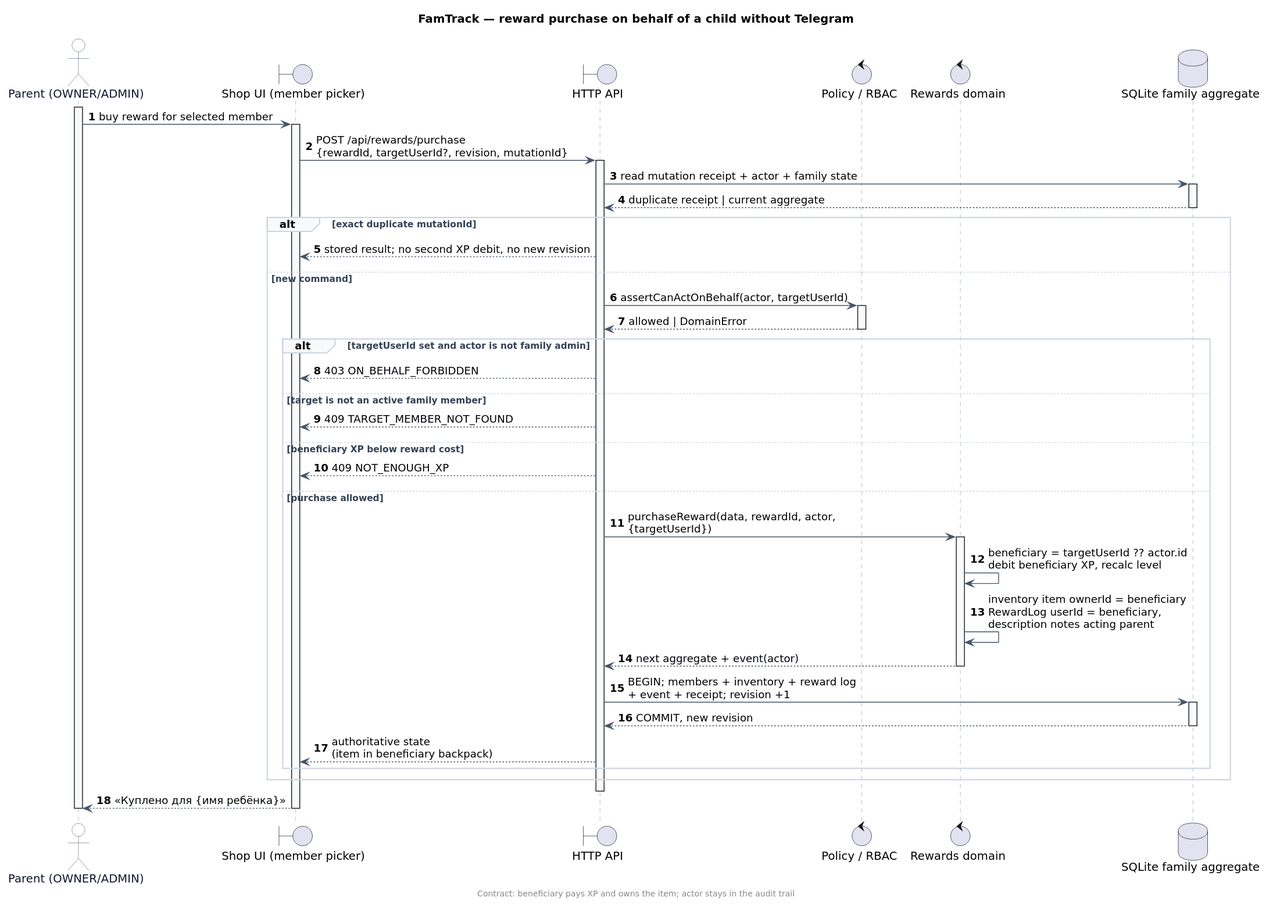
Earlier version of the PlantUML export docs/architecture/diagrams/adr-011/seq_purchase_reward_on_behalf.svg (NaqpaniA/FamTrack). Its diagram source:
```plantuml
@startuml
!pragma teoz true
!include ../_style_product_seq.puml

autonumber
title FamTrack — reward purchase on behalf of a child without Telegram
footer Contract: beneficiary pays XP and owns the item; actor stays in the audit trail

actor "Parent (OWNER/ADMIN)" as actor
boundary "Shop UI (member picker)" as ui
boundary "HTTP API" as api
control "Policy / RBAC" as rbac
control "Rewards domain" as rewards
database "SQLite family aggregate" as db

activate actor
actor -> ui : buy reward for selected member
activate ui
ui -> api : POST /api/rewards/purchase\n{rewardId, targetUserId?, revision, mutationId}
activate api
api -> db : read mutation receipt + actor + family state
activate db
db --> api : duplicate receipt | current aggregate
deactivate db

alt exact duplicate mutationId
  api --> ui : stored result; no second XP debit, no new revision
else new command
  api -> rbac : assertCanActOnBehalf(actor, targetUserId)
  activate rbac
  rbac --> api : allowed | DomainError
  deactivate rbac

  alt targetUserId set and actor is not family admin
    api --> ui : 403 ON_BEHALF_FORBIDDEN
  else target is not an active family member
    api --> ui : 409 TARGET_MEMBER_NOT_FOUND
  else beneficiary XP below reward cost
    api --> ui : 409 NOT_ENOUGH_XP
  else purchase allowed
    api -> rewards : purchaseReward(data, rewardId, actor,\n{targetUserId})
    activate rewards
    rewards -> rewards : beneficiary = targetUserId ?? actor.id\ndebit beneficiary XP, recalc level
    rewards -> rewards : inventory item ownerId = beneficiary\nRewardLog userId = beneficiary,\ndescription notes acting parent
    rewards --> api : next aggregate + event(actor)
    deactivate rewards
    api -> db : BEGIN; members + inventory + reward log\n+ event + receipt; revision +1
    activate db
    db --> api : COMMIT, new revision
    deactivate db
    api --> ui : authoritative state\n(item in beneficiary backpack)
  end
end

deactivate api
ui --> actor : «Куплено для {имя ребёнка}»
deactivate ui
deactivate actor
@enduml
```
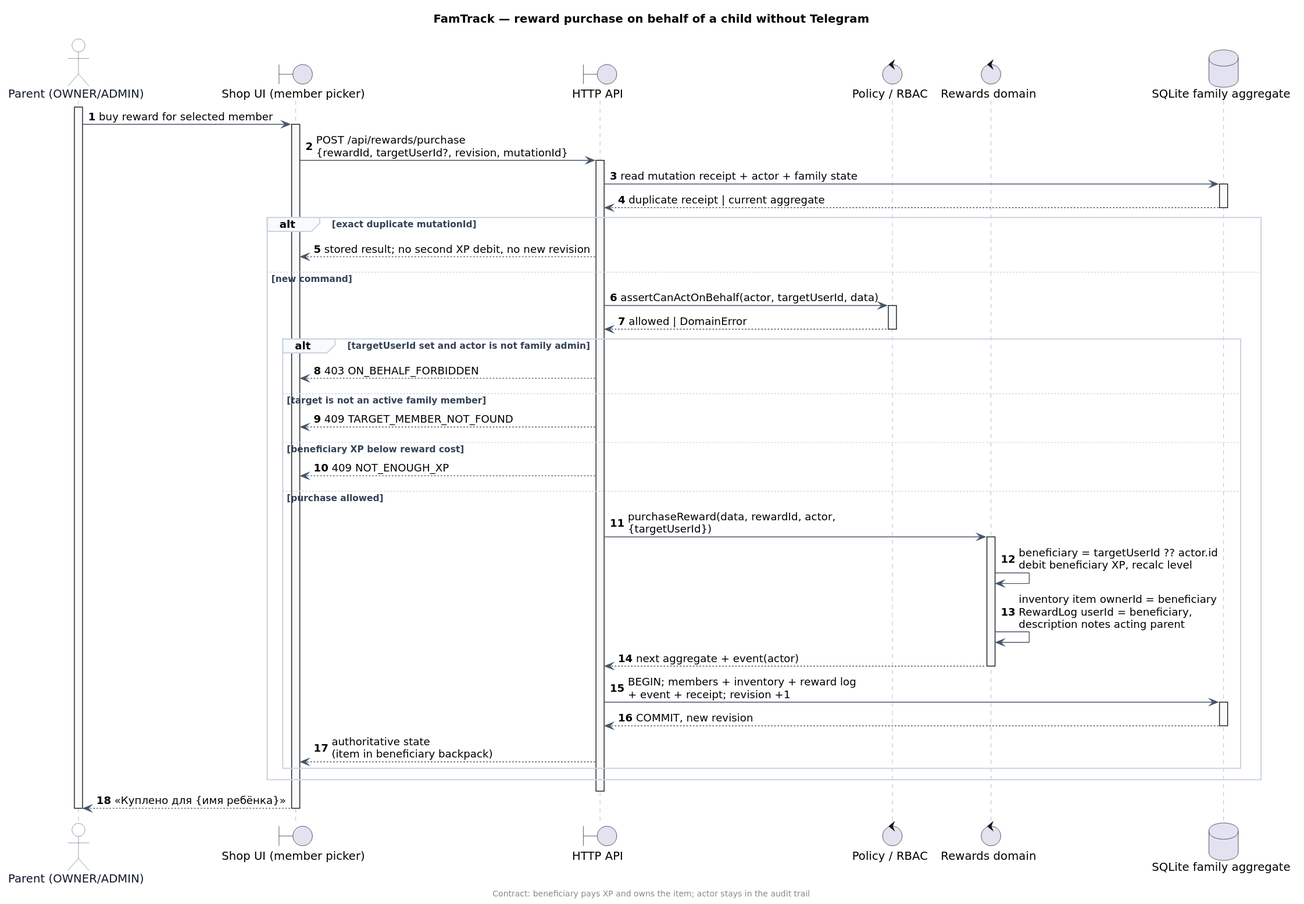
After the commit.

Commit message:
docs: ADR 011/013 board-review corrections (round 1: solution architect + system analyst)

What changed in the source:
```diff
@@ -26,7 +26,7 @@
 alt exact duplicate mutationId
   api --> ui : stored result; no second XP debit, no new revision
 else new command
-  api -> rbac : assertCanActOnBehalf(actor, targetUserId)
+  api -> rbac : assertCanActOnBehalf(actor, targetUserId, data)
   activate rbac
   rbac --> api : allowed | DomainError
   deactivate rbac
```
